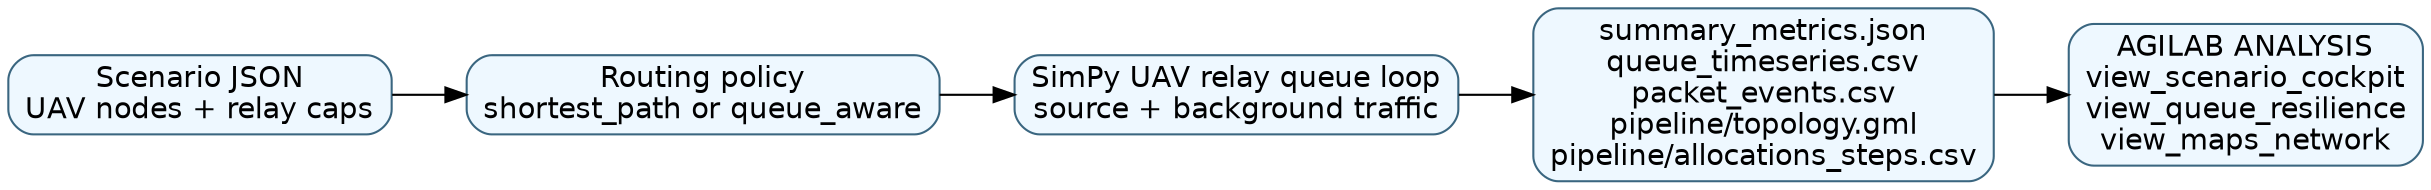
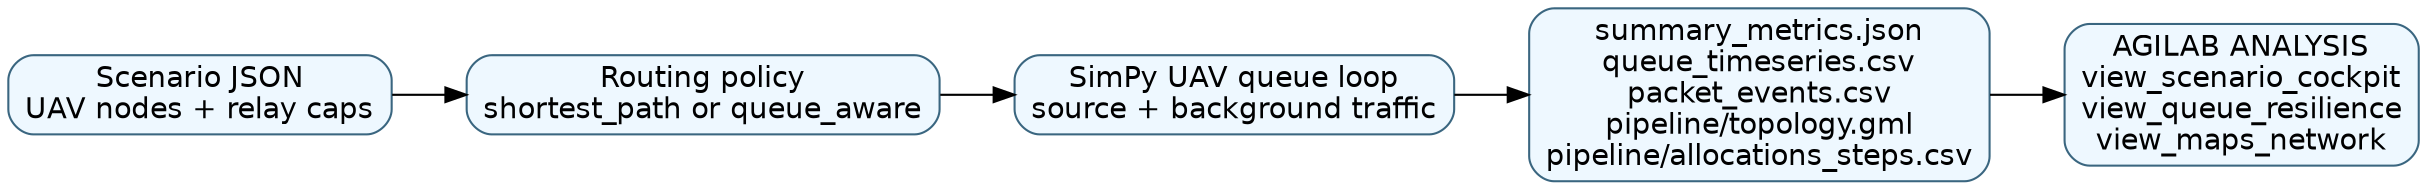
digraph uav_queue_pipeline {
  rankdir=LR;
  node [shape=box, style="rounded,filled", fillcolor="#eef8ff", color="#3a6680", fontname="Helvetica"];

  scenario [label="Scenario JSON\nUAV nodes + relay caps"];
  policy [label="Routing policy\nshortest_path or queue_aware"];
-   sim [label="SimPy UAV relay queue loop\nsource + background traffic"];
+   sim [label="SimPy UAV queue loop\nsource + background traffic"];
  artifacts [label="summary_metrics.json\nqueue_timeseries.csv\npacket_events.csv\npipeline/topology.gml\npipeline/allocations_steps.csv"];
  analysis [label="AGILAB ANALYSIS\nview_scenario_cockpit\nview_queue_resilience\nview_maps_network"];

  scenario -> policy -> sim -> artifacts -> analysis;
}
